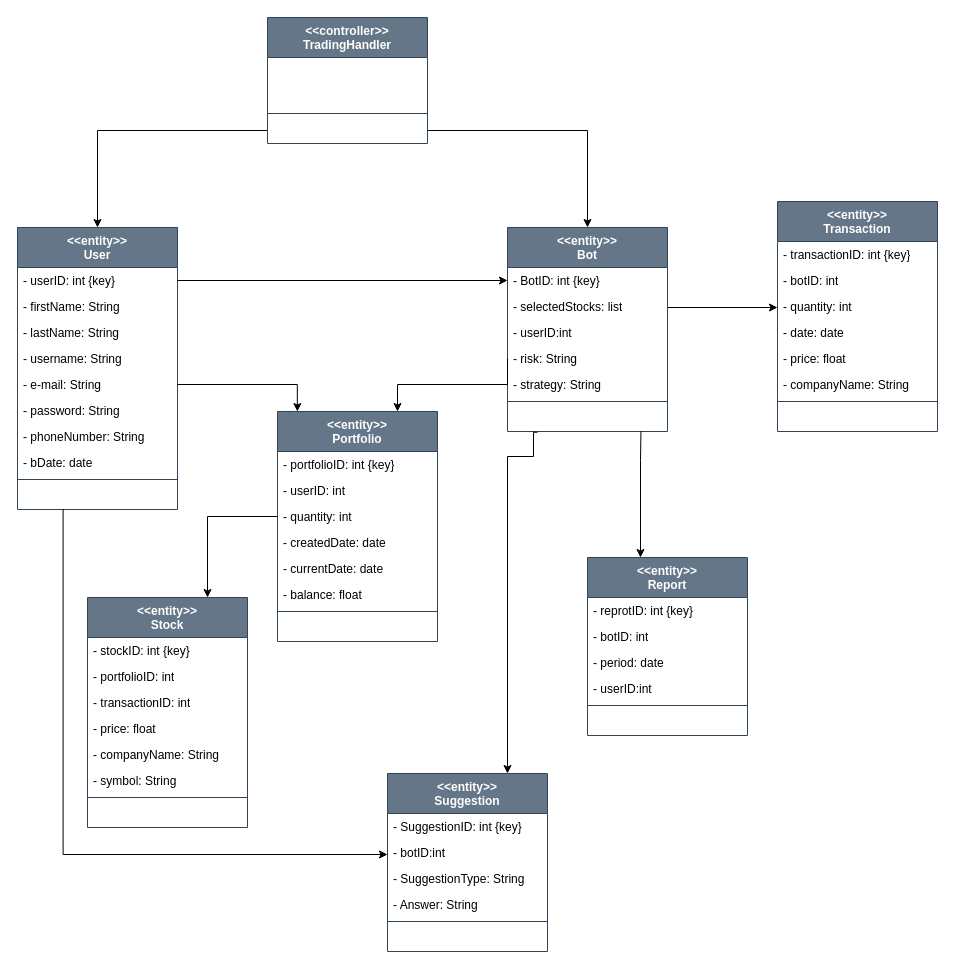
Above: Diagrams/FIRST_CUT_CLASS DIAGRAM.drawio in Abdulmohsen23/IS498 (draw.io), before the change. Source tidied: cells renumbered, new cells numbered last; positions are measured from the earlier drawing's top-left corner, leaving out a move shared by most shapes. Both pictures are drawn from the tidied source at 100%, with x=0, y=0 at pixel (17, 17).
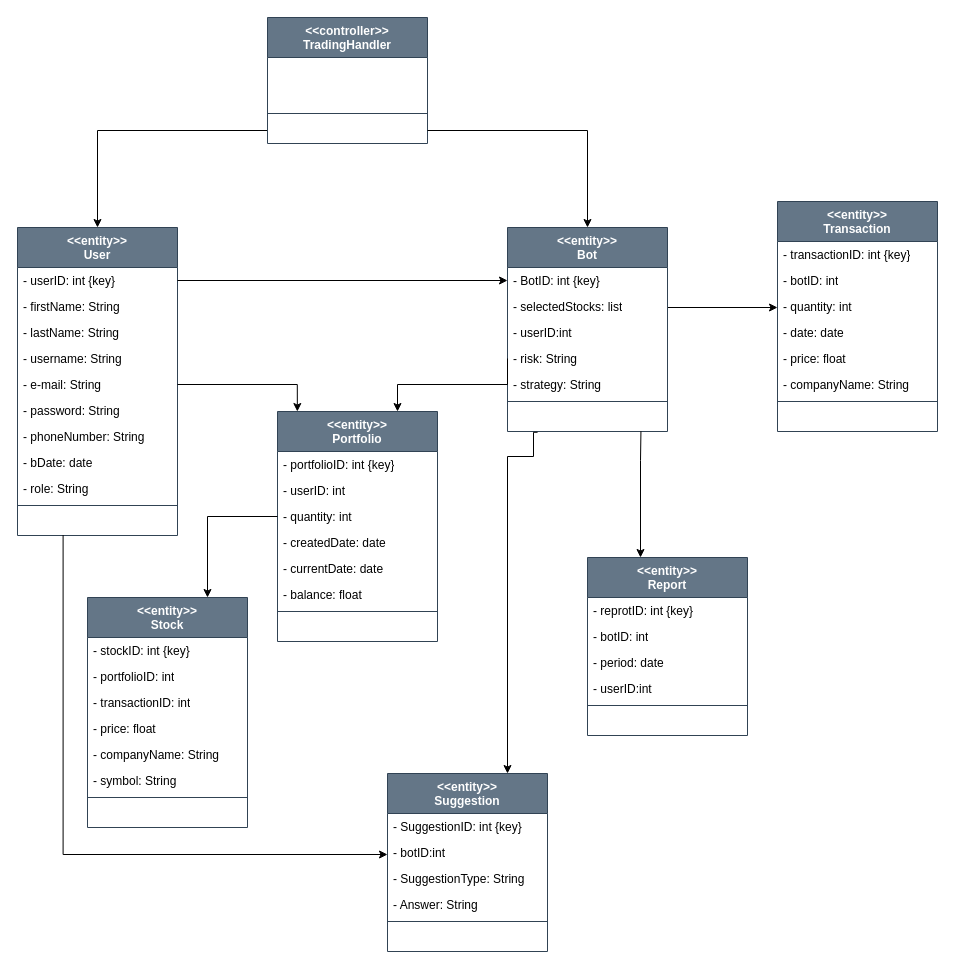
The same diagram, later.

Diff of the diagram source:
```diff
@@
     <mxCell id="2" value="&lt;div&gt;&amp;lt;&amp;lt;entity&amp;gt;&amp;gt;&lt;/div&gt;&lt;div&gt;User&lt;br&gt;&lt;/div&gt;" style="swimlane;fontStyle=1;align=center;verticalAlign=top;horizontal=1;startSize=40;whiteSpace=wrap;html=1;fillColor=#647687;fontColor=#ffffff;strokeColor=#314354;" parent="1" vertex="1">
-      <mxGeometry y="210" width="160" height="282" as="geometry" />
+      <mxGeometry y="210" width="160" height="308" as="geometry" />
     </mxCell>
@@
+    <mxCell id="77" value="- bDate: date" style="text;strokeColor=none;fillColor=none;align=left;verticalAlign=top;spacingLeft=4;spacingRight=4;overflow=hidden;whiteSpace=wrap;html=1;" parent="2" vertex="1">
+      <mxGeometry y="222" width="160" height="26" as="geometry" />
+    </mxCell>
-    <mxCell id="10" value="- bDate: date" style="text;strokeColor=none;fillColor=none;align=left;verticalAlign=top;spacingLeft=4;spacingRight=4;overflow=hidden;whiteSpace=wrap;html=1;" parent="2" vertex="1">
-      <mxGeometry y="222" width="160" height="26" as="geometry" />
+    <mxCell id="10" value="- role: String" style="text;strokeColor=none;fillColor=none;align=left;verticalAlign=top;spacingLeft=4;spacingRight=4;overflow=hidden;whiteSpace=wrap;html=1;" parent="2" vertex="1">
+      <mxGeometry y="248" width="160" height="26" as="geometry" />
     </mxCell>
     <mxCell id="11" style="line;strokeWidth=1;fillColor=none;align=left;verticalAlign=middle;spacingTop=-1;spacingLeft=3;spacingRight=3;labelPosition=right;strokeColor=inherit;" parent="2" vertex="1">
-      <mxGeometry y="248" width="160" height="8" as="geometry" />
+      <mxGeometry y="274" width="160" height="8" as="geometry" />
     </mxCell>
     <mxCell id="12" value="&lt;div&gt;&amp;nbsp;&amp;nbsp;&amp;nbsp;&amp;nbsp;&amp;nbsp;&amp;nbsp;&amp;nbsp;&amp;nbsp;&amp;nbsp;&amp;nbsp;&amp;nbsp;&amp;nbsp;&amp;nbsp;&amp;nbsp;&amp;nbsp;&amp;nbsp;&amp;nbsp;&amp;nbsp;&amp;nbsp;&amp;nbsp;&amp;nbsp;&amp;nbsp;&amp;nbsp;&amp;nbsp;&amp;nbsp;&amp;nbsp;&amp;nbsp;&amp;nbsp;&amp;nbsp;&amp;nbsp;&amp;nbsp;&amp;nbsp;&amp;nbsp;&amp;nbsp;&amp;nbsp;&amp;nbsp;&amp;nbsp;&amp;nbsp;&amp;nbsp;&amp;nbsp;&amp;nbsp;&amp;nbsp;&amp;nbsp;&amp;nbsp;&amp;nbsp; &lt;br&gt;&lt;/div&gt;" style="text;strokeColor=none;fillColor=none;align=left;verticalAlign=top;spacingLeft=4;spacingRight=4;overflow=hidden;points=[[0,0.5],[1,0.5]];portConstraint=eastwest;whiteSpace=wrap;html=1;" parent="2" vertex="1">
-      <mxGeometry y="256" width="160" height="26" as="geometry" />
+      <mxGeometry y="282" width="160" height="26" as="geometry" />
     </mxCell>
```
